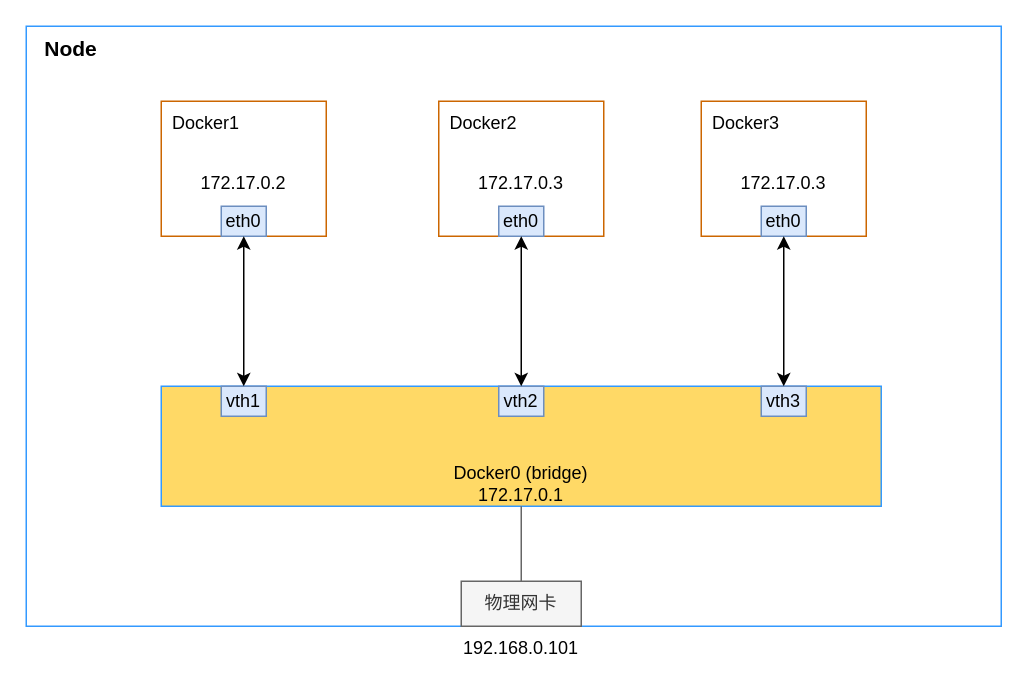
Before: page "Bridge模式" (3 of 4) of drawio/network/Docker网络.drawio in hezhuma/image-repo, a draw.io diagram. Source tidied: cells renumbered, new cells numbered last; positions are measured from the earlier drawing's top-left corner, leaving out a move shared by most shapes. Both pictures are drawn from the tidied source at 150%, with x=0, y=0 at pixel (26, 26).
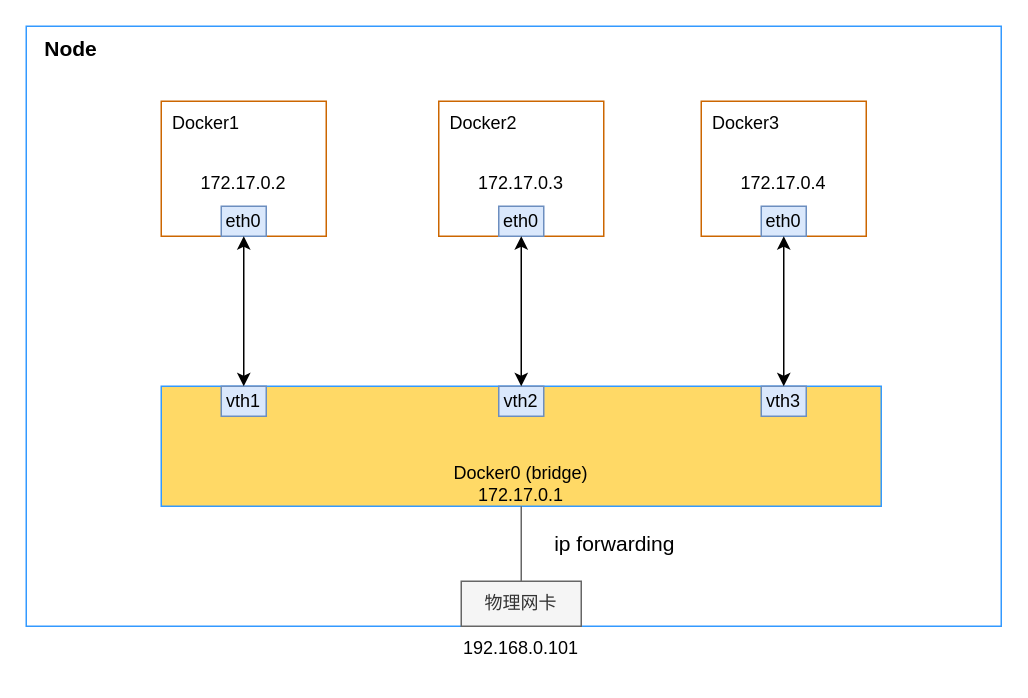
After the change.

Diff of the diagram source:
```diff
@@
-    <mxCell id="20" value="172.17.0.3" style="text;html=1;strokeColor=none;fillColor=none;align=center;verticalAlign=middle;whiteSpace=wrap;rounded=0;" parent="1" vertex="1">
+    <mxCell id="20" value="172.17.0.4" style="text;html=1;strokeColor=none;fillColor=none;align=center;verticalAlign=middle;whiteSpace=wrap;rounded=0;" parent="1" vertex="1">
       <mxGeometry x="475" y="90" width="60" height="30" as="geometry" />
     </mxCell>
@@
+    <mxCell id="27" value="ip forwarding" style="text;html=1;strokeColor=none;fillColor=none;align=center;verticalAlign=middle;whiteSpace=wrap;rounded=0;fontSize=14;" parent="1" vertex="1">
+      <mxGeometry x="335" y="330" width="115" height="30" as="geometry" />
+    </mxCell>
```
